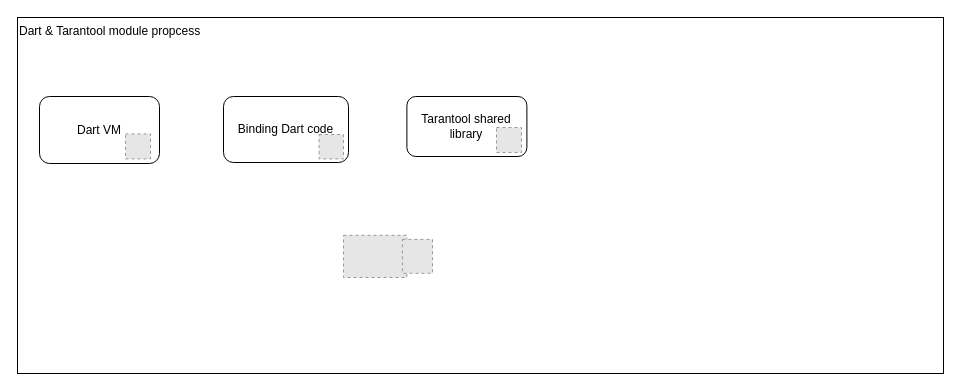
This is dart-tarantool-storage.drawio from antonbashir/dart-tarantool-storage, a draw.io file, before an edit. Source tidied: cells renumbered, new cells numbered last; positions are measured from the earlier drawing's top-left corner, leaving out a move shared by most shapes. Both pictures are drawn from the tidied source at 100%, with x=0, y=0 at pixel (17, 17). Pictures stored in the file or linked from it are replaced by grey dashed boxes.
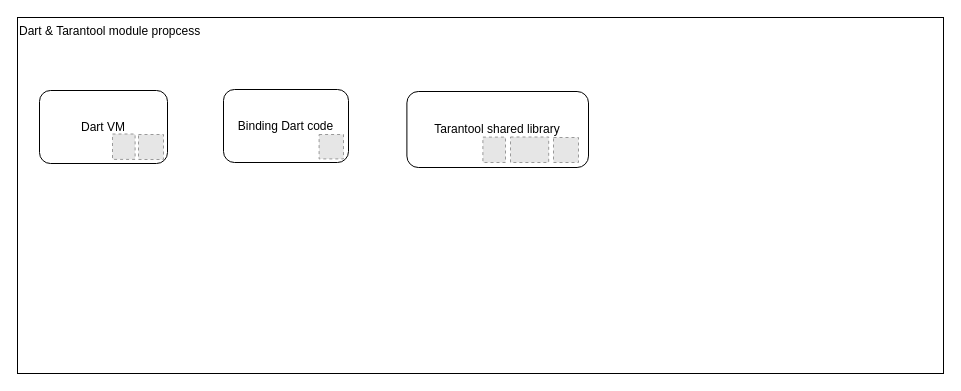
After the change.

Diff of the diagram source:
```diff
@@
 <mxGraphModel>
   <root>
     <mxCell id="0" />
     <mxCell id="1" parent="0" />
     <mxCell id="2" value="Dart &amp;amp; Tarantool module propcess" style="rounded=0;whiteSpace=wrap;html=1;verticalAlign=top;align=left;" parent="1" vertex="1">
       <mxGeometry width="926" height="356" as="geometry" />
     </mxCell>
     <mxCell id="3" value="Tarantool shared library" style="rounded=1;whiteSpace=wrap;html=1;" parent="1" vertex="1">
-      <mxGeometry x="389.4" y="79" width="120" height="60" as="geometry" />
+      <mxGeometry x="389.4" y="74" width="181.6" height="76" as="geometry" />
     </mxCell>
     <mxCell id="4" value="Dart VM" style="rounded=1;whiteSpace=wrap;html=1;" parent="1" vertex="1">
-      <mxGeometry x="22" y="79" width="120" height="67" as="geometry" />
+      <mxGeometry x="22" y="73" width="128" height="73" as="geometry" />
     </mxCell>
     <mxCell id="5" value="Binding Dart code" style="rounded=1;whiteSpace=wrap;html=1;" parent="1" vertex="1">
-      <mxGeometry x="206" y="79" width="125" height="66" as="geometry" />
+      <mxGeometry x="206" y="72" width="125" height="73" as="geometry" />
     </mxCell>
     <mxCell id="6" style="fillColor=#E6E6E6;strokeColor=#999999;dashed=1;verticalLabelPosition=bottom;labelBackgroundColor=default;verticalAlign=top;" parent="1" vertex="1">
-      <mxGeometry x="479" y="110" width="25" height="25" as="geometry" />
+      <mxGeometry x="536" y="120" width="25" height="25" as="geometry" />
     </mxCell>
     <mxCell id="7" style="fillColor=#E6E6E6;strokeColor=#999999;dashed=1;verticalLabelPosition=bottom;labelBackgroundColor=default;verticalAlign=top;" parent="1" vertex="1">
-      <mxGeometry x="108" y="116.4" width="25" height="25" as="geometry" />
+      <mxGeometry x="121" y="117" width="25" height="25" as="geometry" />
     </mxCell>
     <mxCell id="8" style="fillColor=#E6E6E6;strokeColor=#999999;dashed=1;verticalLabelPosition=bottom;labelBackgroundColor=default;verticalAlign=top;" parent="1" vertex="1">
-      <mxGeometry x="326" y="217.8" width="63.4" height="42.2" as="geometry" />
+      <mxGeometry x="493" y="119.5" width="38.2" height="25.5" as="geometry" />
     </mxCell>
     <mxCell id="9" style="fillColor=#E6E6E6;strokeColor=#999999;dashed=1;verticalLabelPosition=bottom;labelBackgroundColor=default;verticalAlign=top;" parent="1" vertex="1">
-      <mxGeometry x="384.9" y="221.9" width="30.1" height="33.9" as="geometry" />
+      <mxGeometry x="465.4" y="119.6" width="22.6" height="25.4" as="geometry" />
     </mxCell>
     <mxCell id="10" style="fillColor=#E6E6E6;strokeColor=#999999;dashed=1;verticalLabelPosition=bottom;labelBackgroundColor=default;verticalAlign=top;" parent="1" vertex="1">
       <mxGeometry x="301.6" y="117" width="24.4" height="24.4" as="geometry" />
     </mxCell>
+    <mxCell id="11" style="fillColor=#E6E6E6;strokeColor=#999999;dashed=1;verticalLabelPosition=bottom;labelBackgroundColor=default;verticalAlign=top;" parent="1" vertex="1">
+      <mxGeometry x="95" y="116.5" width="22.6" height="25.4" as="geometry" />
+    </mxCell>
   </root>
 </mxGraphModel>
```
